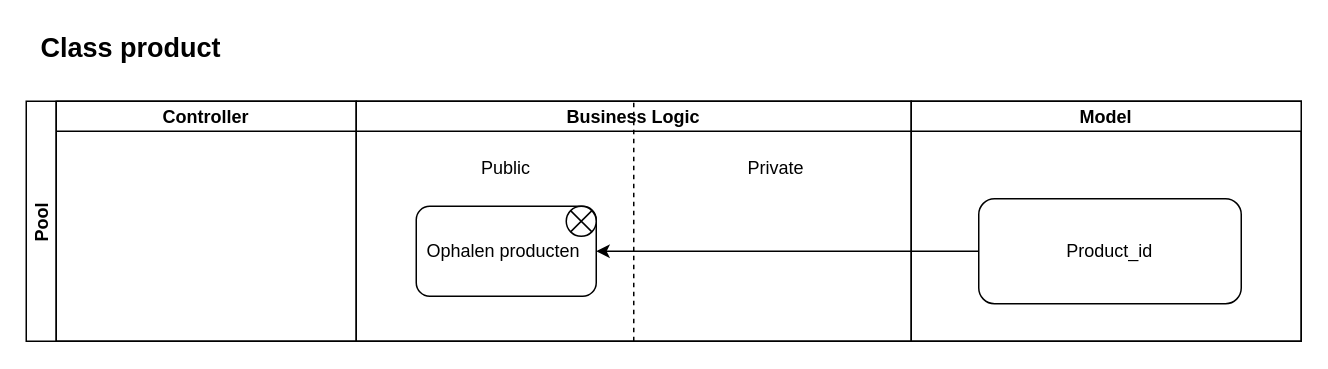
Earlier version of the draw.io diagram page "Class_product" (4 of 6) of documents/design/VER-ASD-NS-v1.drawio (nestaschuler/educom-verrukkulluk). Source tidied: cells renumbered, new cells numbered last; positions are measured from the earlier drawing's top-left corner, leaving out a move shared by most shapes. Both pictures are drawn from the tidied source at 150%, with x=0, y=0 at pixel (26, 26).
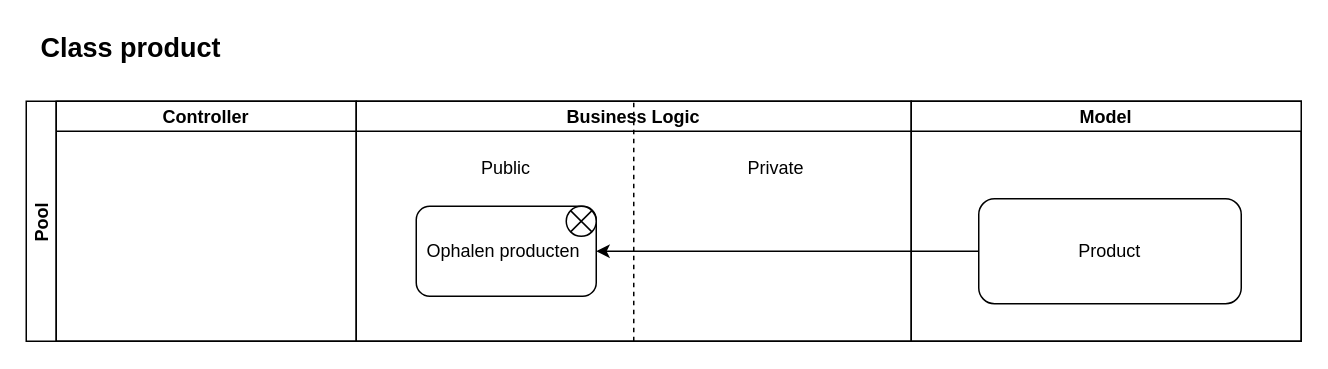
The same diagram, later.

Diff of the diagram source:
```diff
@@
 <mxGraphModel>
   <root>
     <mxCell id="0" />
     <mxCell id="1" parent="0" />
     <mxCell id="2" value="Pool" style="swimlane;startSize=20;horizontal=0;" parent="1" vertex="1">
       <mxGeometry y="50" width="850" height="160" as="geometry" />
     </mxCell>
     <mxCell id="3" value="Controller" style="swimlane;startSize=20;" parent="2" vertex="1">
       <mxGeometry x="20" width="200" height="160" as="geometry" />
     </mxCell>
     <mxCell id="4" value="Business Logic" style="swimlane;startSize=20;" parent="2" vertex="1">
       <mxGeometry x="220" width="370" height="160" as="geometry" />
     </mxCell>
     <mxCell id="5" value="Ophalen producten&amp;nbsp;" style="rounded=1;whiteSpace=wrap;html=1;" parent="4" vertex="1">
       <mxGeometry x="40" y="70" width="120" height="60" as="geometry" />
     </mxCell>
     <mxCell id="6" style="shape=sumEllipse;perimeter=ellipsePerimeter;whiteSpace=wrap;html=1;backgroundOutline=1;" parent="4" vertex="1">
       <mxGeometry x="140" y="70" width="20" height="20" as="geometry" />
     </mxCell>
     <mxCell id="7" value="Public" style="text;html=1;align=center;verticalAlign=middle;whiteSpace=wrap;rounded=0;" parent="4" vertex="1">
       <mxGeometry x="70" y="30" width="60" height="30" as="geometry" />
     </mxCell>
     <mxCell id="8" value="Private" style="text;html=1;align=center;verticalAlign=middle;whiteSpace=wrap;rounded=0;" parent="4" vertex="1">
       <mxGeometry x="250" y="30" width="60" height="30" as="geometry" />
     </mxCell>
     <mxCell id="9" value="Model" style="swimlane;startSize=20;" parent="2" vertex="1">
       <mxGeometry x="590" width="260" height="160" as="geometry" />
     </mxCell>
-    <mxCell id="10" value="Product_id" style="rounded=1;whiteSpace=wrap;html=1;" parent="9" vertex="1">
+    <mxCell id="10" value="Product" style="rounded=1;whiteSpace=wrap;html=1;" parent="9" vertex="1">
       <mxGeometry x="45" y="65" width="175" height="70" as="geometry" />
     </mxCell>
     <mxCell id="11" style="edgeStyle=none;html=1;exitX=0;exitY=0.5;exitDx=0;exitDy=0;entryX=1;entryY=0.5;entryDx=0;entryDy=0;" parent="2" edge="1" source="10" target="5">
       <mxGeometry relative="1" as="geometry" />
     </mxCell>
     <mxCell id="12" style="endArrow=none;dashed=1;html=1;entryX=0.5;entryY=0;entryDx=0;entryDy=0;exitX=0.5;exitY=1;exitDx=0;exitDy=0;" parent="2" edge="1" source="4" target="4">
       <mxGeometry relative="1" as="geometry" />
     </mxCell>
     <mxCell id="13" value="&lt;font style=&quot;font-size: 18px;&quot;&gt;Class product&lt;/font&gt;" style="text;html=1;align=center;verticalAlign=middle;whiteSpace=wrap;rounded=0;fontStyle=1;" parent="1" vertex="1">
       <mxGeometry width="140" height="30" as="geometry" />
     </mxCell>
   </root>
 </mxGraphModel>
```
